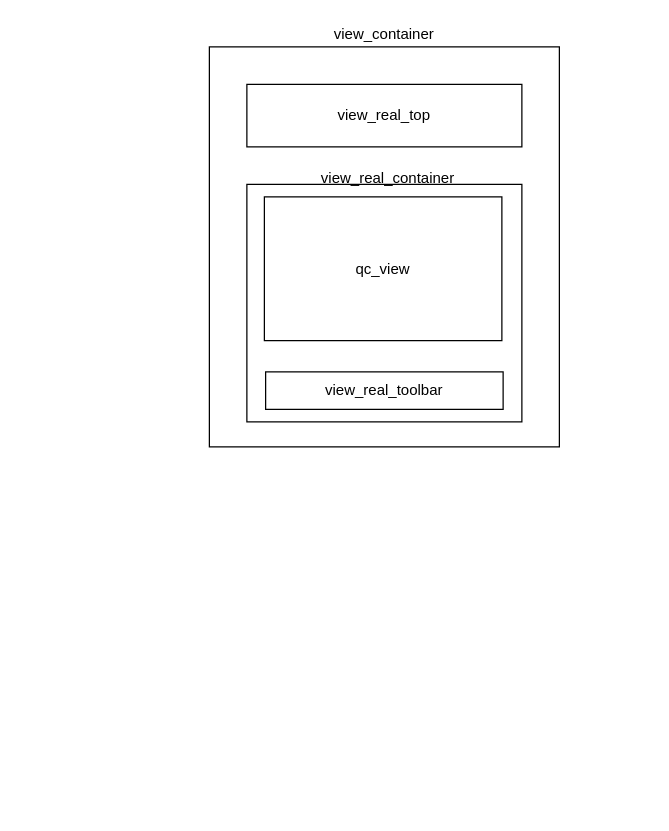
Earlier version of the draw.io diagram Untitled Diagram.drawio (swduan/szw). Source tidied: cells renumbered, new cells numbered last; positions are measured from the earlier drawing's top-left corner, leaving out a move shared by most shapes. Both pictures are drawn from the tidied source at 125%, with x=0, y=0 at pixel (209, 21).
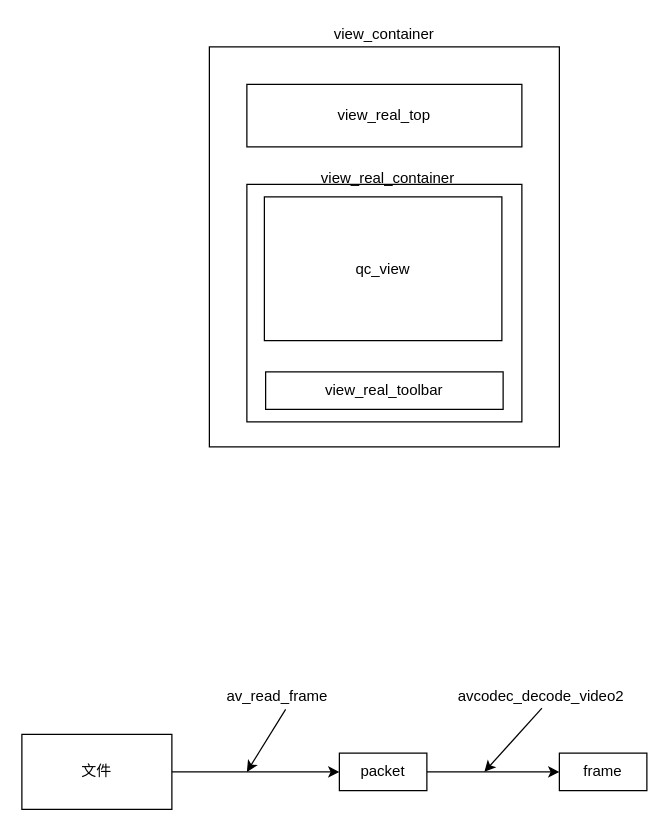
Above is the later version.

The edit, as a diff of the source:
```diff
@@
 <mxGraphModel>
   <root>
     <mxCell id="0" />
     <mxCell id="1" parent="0" />
     <mxCell id="2" style="rounded=0;whiteSpace=wrap;html=1;" parent="1" vertex="1">
       <mxGeometry y="20" width="280" height="320" as="geometry" />
     </mxCell>
     <mxCell id="3" value="view_real_top" style="rounded=0;whiteSpace=wrap;html=1;" parent="1" vertex="1">
       <mxGeometry x="30" y="50" width="220" height="50" as="geometry" />
     </mxCell>
     <mxCell id="4" style="rounded=0;whiteSpace=wrap;html=1;" parent="1" vertex="1">
       <mxGeometry x="30" y="130" width="220" height="190" as="geometry" />
     </mxCell>
     <mxCell id="5" value="view_real_toolbar" style="rounded=0;whiteSpace=wrap;html=1;" parent="1" vertex="1">
       <mxGeometry x="45" y="280" width="190" height="30" as="geometry" />
     </mxCell>
     <mxCell id="6" value="view_real_container" style="text;html=1;strokeColor=none;fillColor=none;align=center;verticalAlign=middle;whiteSpace=wrap;rounded=0;" parent="1" vertex="1">
       <mxGeometry x="123" y="115" width="40" height="20" as="geometry" />
     </mxCell>
     <mxCell id="7" value="view_container" style="text;html=1;strokeColor=none;fillColor=none;align=center;verticalAlign=middle;whiteSpace=wrap;rounded=0;" parent="1" vertex="1">
       <mxGeometry x="120" width="40" height="20" as="geometry" />
     </mxCell>
     <mxCell id="8" value="qc_view" style="rounded=0;whiteSpace=wrap;html=1;" parent="1" vertex="1">
       <mxGeometry x="44" y="140" width="190" height="115" as="geometry" />
     </mxCell>
+    <mxCell id="9" style="edgeStyle=orthogonalEdgeStyle;rounded=0;jettySize=auto;html=1;entryX=0;entryY=0.5;entryDx=0;entryDy=0;" parent="1" edge="1" source="10" target="12">
+      <mxGeometry relative="1" as="geometry" />
+    </mxCell>
+    <mxCell id="10" value="文件" style="rounded=0;whiteSpace=wrap;html=1;" parent="1" vertex="1">
+      <mxGeometry x="-150" y="570" width="120" height="60" as="geometry" />
+    </mxCell>
+    <mxCell id="11" style="edgeStyle=orthogonalEdgeStyle;rounded=0;jettySize=auto;html=1;" parent="1" edge="1" source="12" target="13">
+      <mxGeometry relative="1" as="geometry" />
+    </mxCell>
+    <mxCell id="12" value="packet" style="whiteSpace=wrap;html=1;" parent="1" vertex="1">
+      <mxGeometry x="104" y="585" width="70" height="30" as="geometry" />
+    </mxCell>
+    <mxCell id="13" value="frame" style="whiteSpace=wrap;html=1;" parent="1" vertex="1">
+      <mxGeometry x="280" y="585" width="70" height="30" as="geometry" />
+    </mxCell>
+    <mxCell id="14" value="av_read_frame" style="text;html=1;align=center;verticalAlign=middle;points=[];strokeColor=none;" parent="1" vertex="1">
+      <mxGeometry x="4" y="530" width="100" height="20" as="geometry" />
+    </mxCell>
+    <mxCell id="15" style="endArrow=classic;html=1;exitX=0.57;exitY=1;exitDx=0;exitDy=0;exitPerimeter=0;" parent="1" edge="1" source="14">
+      <mxGeometry relative="1" as="geometry">
+        <mxPoint x="30" y="600" as="targetPoint" />
+      </mxGeometry>
+    </mxCell>
+    <mxCell id="16" value="avcodec_decode_video2" style="text;html=1;align=center;verticalAlign=middle;points=[];strokeColor=none;" parent="1" vertex="1">
+      <mxGeometry x="190" y="530" width="150" height="20" as="geometry" />
+    </mxCell>
+    <mxCell id="17" style="endArrow=classic;html=1;exitX=0.507;exitY=0.95;exitDx=0;exitDy=0;exitPerimeter=0;" parent="1" edge="1" source="16">
+      <mxGeometry relative="1" as="geometry">
+        <mxPoint x="220" y="600" as="targetPoint" />
+      </mxGeometry>
+    </mxCell>
   </root>
 </mxGraphModel>
```
